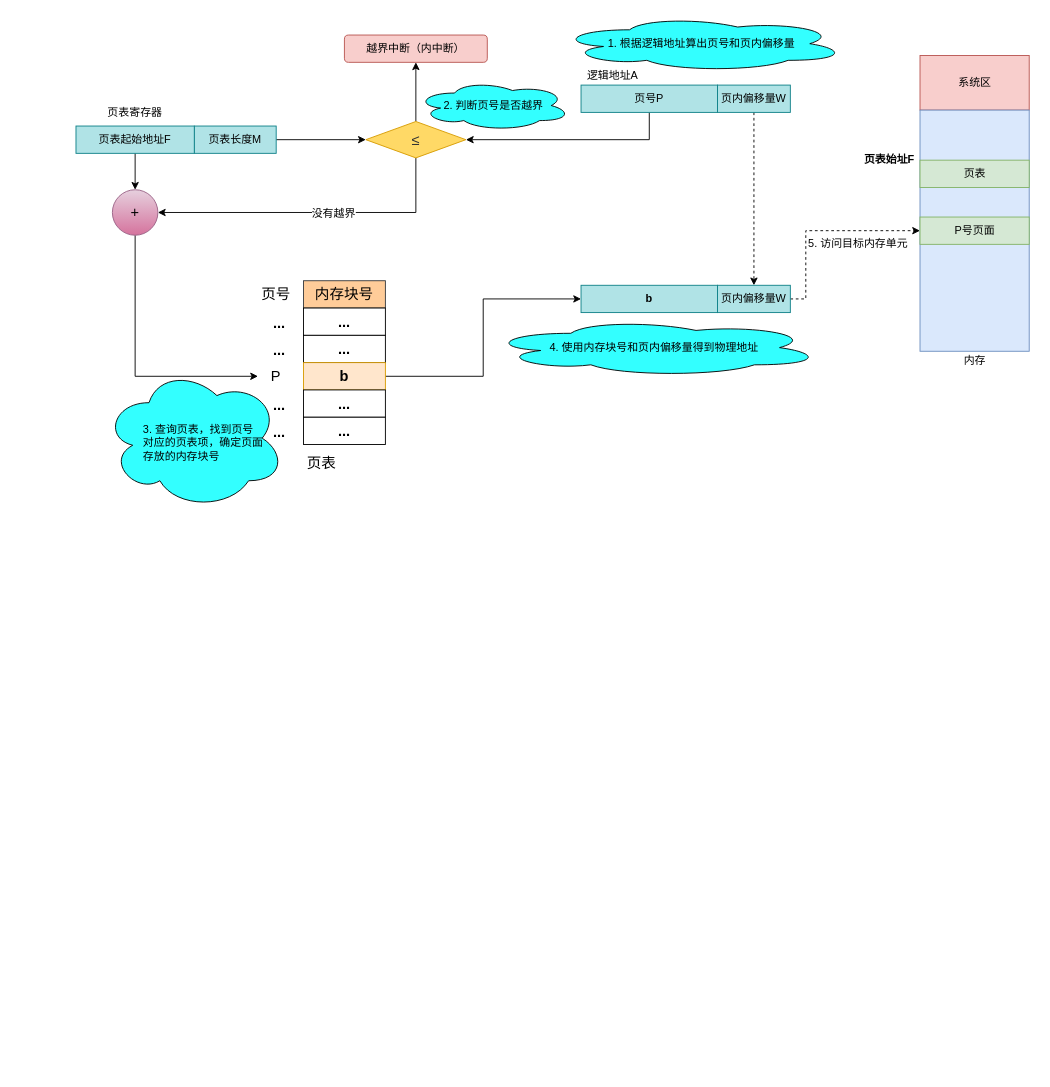
The draw.io diagram 分页存储管理方式.drawio in yankooo/draw.io, before the edit. Source tidied: cells renumbered, new cells numbered last; positions are measured from the earlier drawing's top-left corner, leaving out a move shared by most shapes. Both pictures are drawn from the tidied source at 91%, with x=0, y=0 at pixel (76, 15).
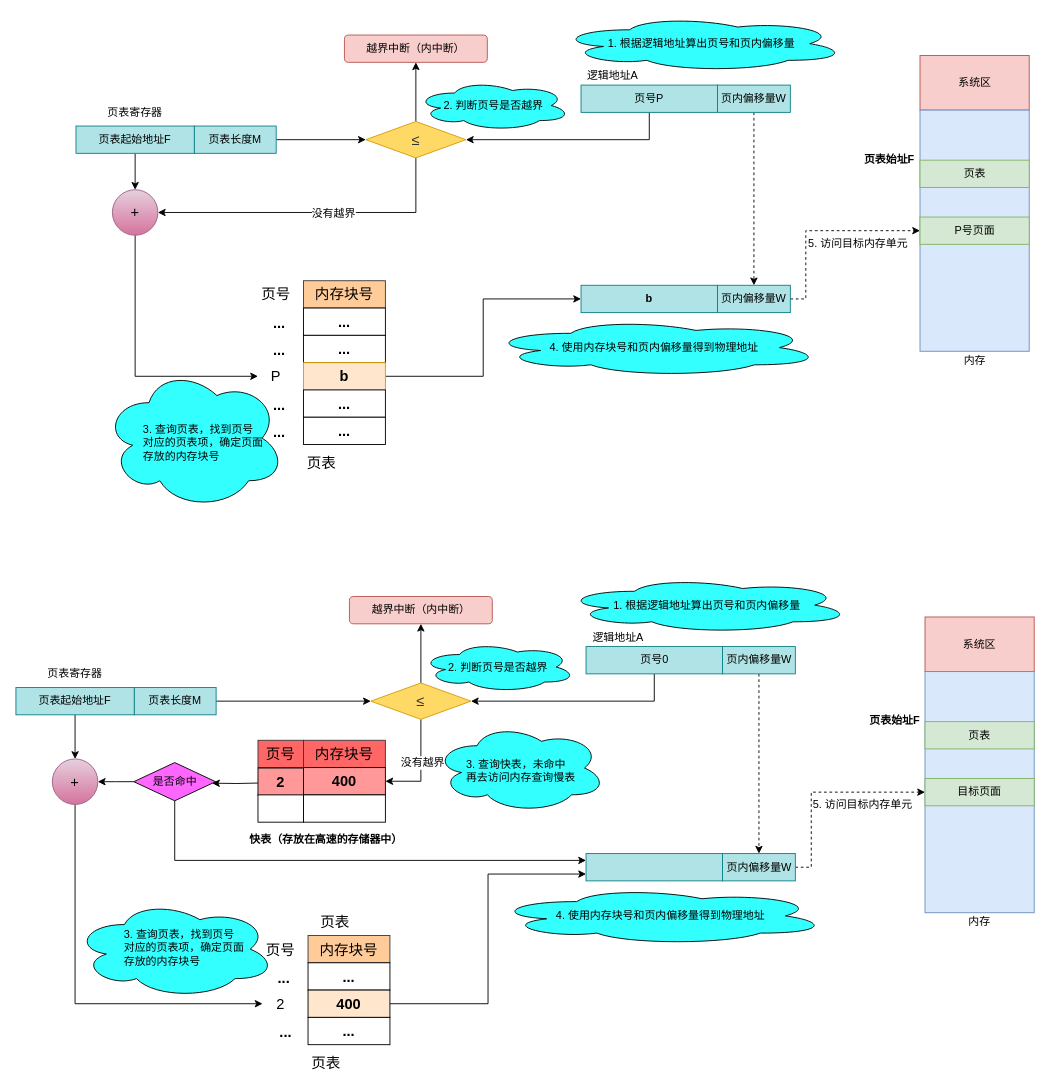
The same page after the edit.

Commit message:
更新分页存储管理方式.drawio

Diff of the diagram source:
```diff
@@
+    <mxCell id="48" style="edgeStyle=orthogonalEdgeStyle;rounded=0;jettySize=auto;html=1;entryX=0.5;entryY=0;entryDx=0;entryDy=0;fontSize=12;dashed=1;" parent="1" edge="1" source="49" target="76">
+      <mxGeometry relative="1" as="geometry" />
+    </mxCell>
+    <mxCell id="49" value="页内偏移量W" style="rounded=0;whiteSpace=wrap;html=1;fillColor=#b0e3e6;strokeColor=#0e8088;" parent="1" vertex="1">
+      <mxGeometry x="710.5" y="693" width="80" height="30" as="geometry" />
+    </mxCell>
+    <mxCell id="50" style="edgeStyle=orthogonalEdgeStyle;rounded=0;jettySize=auto;html=1;fontSize=16;entryX=1;entryY=0.5;entryDx=0;entryDy=0;exitX=0.5;exitY=1;exitDx=0;exitDy=0;" parent="1" edge="1" source="51" target="56">
+      <mxGeometry relative="1" as="geometry" />
+    </mxCell>
+    <mxCell id="51" value="页号0" style="rounded=0;whiteSpace=wrap;html=1;fillColor=#b0e3e6;strokeColor=#0e8088;" parent="1" vertex="1">
+      <mxGeometry x="560.5" y="693" width="150" height="30" as="geometry" />
+    </mxCell>
+    <mxCell id="52" value="逻辑地址A" style="text;html=1;strokeColor=none;fillColor=none;align=center;verticalAlign=middle;whiteSpace=wrap;rounded=0;" parent="1" vertex="1">
+      <mxGeometry x="560.5" y="673" width="70" height="20" as="geometry" />
+    </mxCell>
+    <mxCell id="53" style="edgeStyle=orthogonalEdgeStyle;rounded=0;jettySize=auto;html=1;fontSize=16;entryX=0.5;entryY=1;entryDx=0;entryDy=0;" parent="1" edge="1" source="56" target="62">
+      <mxGeometry relative="1" as="geometry" />
+    </mxCell>
+    <mxCell id="54" style="edgeStyle=orthogonalEdgeStyle;rounded=0;jettySize=auto;html=1;fontSize=16;entryX=1;entryY=0.5;entryDx=0;entryDy=0;exitX=0.5;exitY=1;exitDx=0;exitDy=0;" parent="1" edge="1" source="56" target="91">
+      <mxGeometry relative="1" as="geometry" />
+    </mxCell>
+    <mxCell id="55" value="没有越界" style="text;html=1;align=center;verticalAlign=middle;labelBackgroundColor=#ffffff;fontSize=12;" parent="54" vertex="1">
+      <mxGeometry x="-0.12" y="1" relative="1" as="geometry" />
+    </mxCell>
+    <mxCell id="56" value="&lt;span style=&quot;color: rgb(51 , 51 , 51) ; font-family: &amp;#34;arial&amp;#34; ; font-size: 16px ; background-color: rgb(255 , 217 , 102)&quot;&gt;≤&lt;/span&gt;" style="rhombus;whiteSpace=wrap;html=1;fontSize=16;gradientColor=none;fillColor=#FFD966;strokeColor=#d79b00;" parent="1" vertex="1">
+      <mxGeometry x="324" y="733" width="110" height="40" as="geometry" />
+    </mxCell>
+    <mxCell id="57" style="edgeStyle=orthogonalEdgeStyle;rounded=0;jettySize=auto;html=1;entryX=0;entryY=0.5;entryDx=0;entryDy=0;fontSize=16;" parent="1" edge="1" source="58" target="56">
+      <mxGeometry relative="1" as="geometry" />
+    </mxCell>
+    <mxCell id="58" value="页表长度M" style="rounded=0;whiteSpace=wrap;html=1;fillColor=#b0e3e6;strokeColor=#0e8088;" parent="1" vertex="1">
+      <mxGeometry x="64" y="738" width="90" height="30" as="geometry" />
+    </mxCell>
+    <mxCell id="59" style="edgeStyle=orthogonalEdgeStyle;rounded=0;jettySize=auto;html=1;exitX=0.5;exitY=1;exitDx=0;exitDy=0;fontSize=16;" parent="1" edge="1" source="60" target="64">
+      <mxGeometry relative="1" as="geometry" />
+    </mxCell>
+    <mxCell id="60" value="页表起始地址F" style="rounded=0;whiteSpace=wrap;html=1;fillColor=#b0e3e6;strokeColor=#0e8088;" parent="1" vertex="1">
+      <mxGeometry x="-66" y="738" width="130" height="30" as="geometry" />
+    </mxCell>
+    <mxCell id="61" value="页表寄存器" style="text;html=1;strokeColor=none;fillColor=none;align=center;verticalAlign=middle;whiteSpace=wrap;rounded=0;" parent="1" vertex="1">
+      <mxGeometry x="-36" y="713" width="70" height="20" as="geometry" />
+    </mxCell>
+    <mxCell id="62" value="越界中断（内中断）" style="rounded=1;whiteSpace=wrap;html=1;fontSize=12;gradientColor=none;fillColor=#f8cecc;strokeColor=#b85450;" parent="1" vertex="1">
+      <mxGeometry x="300.5" y="638" width="157" height="30" as="geometry" />
+    </mxCell>
+    <mxCell id="63" style="edgeStyle=orthogonalEdgeStyle;rounded=0;jettySize=auto;html=1;exitX=0.5;exitY=1;exitDx=0;exitDy=0;fontSize=16;entryX=0;entryY=0.5;entryDx=0;entryDy=0;" parent="1" edge="1" source="64" target="70">
+      <mxGeometry relative="1" as="geometry" />
+    </mxCell>
+    <mxCell id="64" value="+" style="ellipse;whiteSpace=wrap;html=1;fontSize=16;gradientColor=#d5739d;fillColor=#e6d0de;strokeColor=#996185;" parent="1" vertex="1">
+      <mxGeometry x="-26" y="816.5" width="50" height="50" as="geometry" />
+    </mxCell>
+    <mxCell id="65" value="内存块号" style="rounded=0;whiteSpace=wrap;html=1;fontSize=16;fillColor=#ffcc99;strokeColor=#36393d;" parent="1" vertex="1">
+      <mxGeometry x="255" y="1010.5" width="90" height="30" as="geometry" />
+    </mxCell>
+    <mxCell id="66" value="&lt;b&gt;...&lt;/b&gt;" style="rounded=0;whiteSpace=wrap;html=1;fontSize=16;" parent="1" vertex="1">
+      <mxGeometry x="255" y="1040.5" width="90" height="30" as="geometry" />
+    </mxCell>
+    <mxCell id="67" style="edgeStyle=orthogonalEdgeStyle;rounded=0;jettySize=auto;html=1;fontSize=12;entryX=0;entryY=0.75;entryDx=0;entryDy=0;" parent="1" edge="1" source="68" target="77">
+      <mxGeometry relative="1" as="geometry" />
+    </mxCell>
+    <mxCell id="68" value="&lt;b&gt;400&lt;/b&gt;" style="rounded=0;whiteSpace=wrap;html=1;fontSize=16;fillColor=#ffe6cc;strokeColor=#000000;" parent="1" vertex="1">
+      <mxGeometry x="255" y="1070.5" width="90" height="30" as="geometry" />
+    </mxCell>
+    <mxCell id="69" value="&lt;b&gt;...&lt;/b&gt;" style="rounded=0;whiteSpace=wrap;html=1;fontSize=16;" parent="1" vertex="1">
+      <mxGeometry x="255" y="1100.5" width="90" height="30" as="geometry" />
+    </mxCell>
+    <mxCell id="70" value="2" style="text;html=1;strokeColor=none;fillColor=none;align=center;verticalAlign=middle;whiteSpace=wrap;rounded=0;fontSize=16;" parent="1" vertex="1">
+      <mxGeometry x="205" y="1075.5" width="40" height="20" as="geometry" />
+    </mxCell>
+    <mxCell id="71" value="&lt;b&gt;...&lt;/b&gt;" style="text;html=1;fontSize=16;" parent="1" vertex="1">
+      <mxGeometry x="220" y="1040.5" width="25" height="30" as="geometry" />
+    </mxCell>
+    <mxCell id="72" value="&lt;b&gt;...&lt;/b&gt;" style="text;html=1;fontSize=16;" parent="1" vertex="1">
+      <mxGeometry x="222" y="1100.5" width="25" height="30" as="geometry" />
+    </mxCell>
+    <mxCell id="73" value="页号" style="text;html=1;strokeColor=none;fillColor=none;align=center;verticalAlign=middle;whiteSpace=wrap;rounded=0;fontSize=16;" parent="1" vertex="1">
+      <mxGeometry x="205" y="1015.5" width="40" height="20" as="geometry" />
+    </mxCell>
+    <mxCell id="74" value="页表" style="text;html=1;strokeColor=none;fillColor=none;align=center;verticalAlign=middle;whiteSpace=wrap;rounded=0;fontSize=16;" parent="1" vertex="1">
+      <mxGeometry x="255" y="1140.5" width="40" height="20" as="geometry" />
+    </mxCell>
+    <mxCell id="75" style="edgeStyle=orthogonalEdgeStyle;rounded=0;jettySize=auto;html=1;entryX=0;entryY=0.5;entryDx=0;entryDy=0;dashed=1;fontSize=12;exitX=1;exitY=0.5;exitDx=0;exitDy=0;" parent="1" edge="1" source="76" target="83">
+      <mxGeometry relative="1" as="geometry">
+        <Array as="points">
+          <mxPoint x="808" y="936" />
+          <mxPoint x="808" y="853" />
+        </Array>
+      </mxGeometry>
+    </mxCell>
+    <mxCell id="76" value="页内偏移量W" style="rounded=0;whiteSpace=wrap;html=1;fillColor=#b0e3e6;strokeColor=#0e8088;" parent="1" vertex="1">
+      <mxGeometry x="710.5" y="920.5" width="80" height="30" as="geometry" />
+    </mxCell>
+    <mxCell id="77" style="rounded=0;whiteSpace=wrap;html=1;fillColor=#b0e3e6;strokeColor=#0e8088;" parent="1" vertex="1">
+      <mxGeometry x="560.5" y="920.5" width="150" height="30" as="geometry" />
+    </mxCell>
+    <mxCell id="78" value="系统区" style="rounded=0;whiteSpace=wrap;html=1;fontSize=12;fillColor=#f8cecc;strokeColor=#b85450;" parent="1" vertex="1">
+      <mxGeometry x="933" y="660.5" width="120" height="60" as="geometry" />
+    </mxCell>
+    <mxCell id="79" style="rounded=0;whiteSpace=wrap;html=1;fontSize=12;fillColor=#dae8fc;strokeColor=#6c8ebf;" parent="1" vertex="1">
+      <mxGeometry x="933" y="720.5" width="120" height="265" as="geometry" />
+    </mxCell>
+    <mxCell id="80" value="内存" style="text;html=1;strokeColor=none;fillColor=none;align=center;verticalAlign=middle;whiteSpace=wrap;rounded=0;fontSize=12;" parent="1" vertex="1">
+      <mxGeometry x="973" y="985.5" width="40" height="20" as="geometry" />
+    </mxCell>
+    <mxCell id="81" value="页表" style="rounded=0;whiteSpace=wrap;html=1;fontSize=12;fillColor=#d5e8d4;strokeColor=#82b366;" parent="1" vertex="1">
+      <mxGeometry x="933" y="775.5" width="120" height="30" as="geometry" />
+    </mxCell>
+    <mxCell id="82" value="页表始址F" style="text;html=1;strokeColor=none;fillColor=none;align=center;verticalAlign=middle;whiteSpace=wrap;rounded=0;fontSize=12;fontStyle=1;" parent="1" vertex="1">
+      <mxGeometry x="861.5" y="766" width="76" height="18" as="geometry" />
+    </mxCell>
+    <mxCell id="83" value="目标页面" style="rounded=0;whiteSpace=wrap;html=1;fontSize=12;fillColor=#d5e8d4;strokeColor=#82b366;" parent="1" vertex="1">
+      <mxGeometry x="933" y="838" width="120" height="30" as="geometry" />
+    </mxCell>
+    <mxCell id="84" value="1. 根据逻辑地址算出页号和页内偏移量" style="ellipse;shape=cloud;whiteSpace=wrap;html=1;fillColor=#33FFFF;gradientColor=none;fontSize=12;" parent="1" vertex="1">
+      <mxGeometry x="534.5" y="617" width="317" height="61" as="geometry" />
+    </mxCell>
+    <mxCell id="85" value="2. 判断页号是否越界" style="ellipse;shape=cloud;whiteSpace=wrap;html=1;fillColor=#33FFFF;gradientColor=none;fontSize=12;" parent="1" vertex="1">
+      <mxGeometry x="379" y="688" width="170" height="55" as="geometry" />
+    </mxCell>
+    <mxCell id="86" style="ellipse;shape=cloud;whiteSpace=wrap;html=1;fillColor=#33FFFF;gradientColor=none;fontSize=12;" parent="1" vertex="1">
+      <mxGeometry x="-2" y="971.5" width="221" height="108" as="geometry" />
+    </mxCell>
+    <mxCell id="87" value="3. 查询页表，找到页号&lt;br&gt;对应的页表项，确定页面&lt;br&gt;存放的内存块号" style="text;html=1;fontSize=12;" parent="1" vertex="1">
+      <mxGeometry x="51" y="995.5" width="129" height="67" as="geometry" />
+    </mxCell>
+    <mxCell id="88" value="4. 使用内存块号和页内偏移量得到物理地址" style="ellipse;shape=cloud;whiteSpace=wrap;html=1;fillColor=#33FFFF;gradientColor=none;fontSize=12;" parent="1" vertex="1">
+      <mxGeometry x="458.5" y="957.5" width="367" height="63" as="geometry" />
+    </mxCell>
+    <mxCell id="89" value="5. 访问目标内存单元" style="text;html=1;fontSize=12;" parent="1" vertex="1">
+      <mxGeometry x="808.3" y="853.2" width="129" height="28" as="geometry" />
+    </mxCell>
+    <mxCell id="90" value="内存块号" style="rounded=0;whiteSpace=wrap;html=1;fontSize=16;fillColor=#FF6666;strokeColor=#36393d;" parent="1" vertex="1">
+      <mxGeometry x="250" y="796" width="90" height="30" as="geometry" />
+    </mxCell>
+    <mxCell id="91" value="&lt;b&gt;400&lt;/b&gt;" style="rounded=0;whiteSpace=wrap;html=1;fontSize=16;fillColor=#FF9999;strokeColor=#000000;" parent="1" vertex="1">
+      <mxGeometry x="250" y="826" width="90" height="30" as="geometry" />
+    </mxCell>
+    <mxCell id="92" style="rounded=0;whiteSpace=wrap;html=1;fontSize=16;" parent="1" vertex="1">
+      <mxGeometry x="250" y="856" width="90" height="30" as="geometry" />
+    </mxCell>
+    <mxCell id="93" value="页表" style="text;html=1;strokeColor=none;fillColor=none;align=center;verticalAlign=middle;whiteSpace=wrap;rounded=0;fontSize=16;" parent="1" vertex="1">
+      <mxGeometry x="265" y="985.5" width="40" height="20" as="geometry" />
+    </mxCell>
+    <mxCell id="94" value="页号" style="rounded=0;whiteSpace=wrap;html=1;fontSize=16;fillColor=#FF6666;strokeColor=#36393d;" parent="1" vertex="1">
+      <mxGeometry x="200" y="796" width="50" height="30" as="geometry" />
+    </mxCell>
+    <mxCell id="95" style="edgeStyle=orthogonalEdgeStyle;rounded=0;jettySize=auto;html=1;entryX=0.956;entryY=0.539;entryDx=0;entryDy=0;entryPerimeter=0;fontSize=12;" parent="1" edge="1" target="100">
+      <mxGeometry relative="1" as="geometry">
+        <mxPoint x="200" y="843" as="sourcePoint" />
+      </mxGeometry>
+    </mxCell>
+    <mxCell id="96" value="&lt;b&gt;2&lt;/b&gt;" style="rounded=0;whiteSpace=wrap;html=1;fontSize=16;fillColor=#FF9999;strokeColor=#000000;" parent="1" vertex="1">
+      <mxGeometry x="200" y="826.5" width="50" height="30" as="geometry" />
+    </mxCell>
+    <mxCell id="97" style="rounded=0;whiteSpace=wrap;html=1;fontSize=16;" parent="1" vertex="1">
+      <mxGeometry x="200" y="856" width="50" height="30" as="geometry" />
+    </mxCell>
+    <mxCell id="98" style="edgeStyle=orthogonalEdgeStyle;rounded=0;jettySize=auto;html=1;fontSize=12;" parent="1" edge="1" source="100" target="64">
+      <mxGeometry relative="1" as="geometry" />
+    </mxCell>
+    <mxCell id="99" style="edgeStyle=orthogonalEdgeStyle;rounded=0;jettySize=auto;html=1;entryX=0;entryY=0.25;entryDx=0;entryDy=0;fontSize=12;" parent="1" edge="1" source="100" target="77">
+      <mxGeometry relative="1" as="geometry">
+        <Array as="points">
+          <mxPoint x="109" y="928" />
+        </Array>
+      </mxGeometry>
+    </mxCell>
+    <mxCell id="100" value="是否命中" style="rhombus;whiteSpace=wrap;html=1;strokeColor=#000000;fillColor=#FF66FF;gradientColor=none;fontSize=12;" parent="1" vertex="1">
+      <mxGeometry x="63.5" y="820.5" width="90" height="42" as="geometry" />
+    </mxCell>
+    <mxCell id="101" style="ellipse;shape=cloud;whiteSpace=wrap;html=1;fillColor=#33FFFF;gradientColor=none;fontSize=12;" parent="1" vertex="1">
+      <mxGeometry x="393.5" y="777.5" width="189" height="98" as="geometry" />
+    </mxCell>
+    <mxCell id="102" value="3. 查询快表，未命中&lt;br&gt;再去访问内存查询慢表" style="text;html=1;fontSize=12;" parent="1" vertex="1">
+      <mxGeometry x="427" y="809" width="122" height="44" as="geometry" />
+    </mxCell>
+    <mxCell id="103" value="快表（存放在高速的存储器中）" style="text;html=1;strokeColor=none;fillColor=none;align=center;verticalAlign=middle;whiteSpace=wrap;rounded=0;fontSize=12;fontStyle=1;" parent="1" vertex="1">
+      <mxGeometry x="188" y="893" width="174" height="23" as="geometry" />
+    </mxCell>
```
